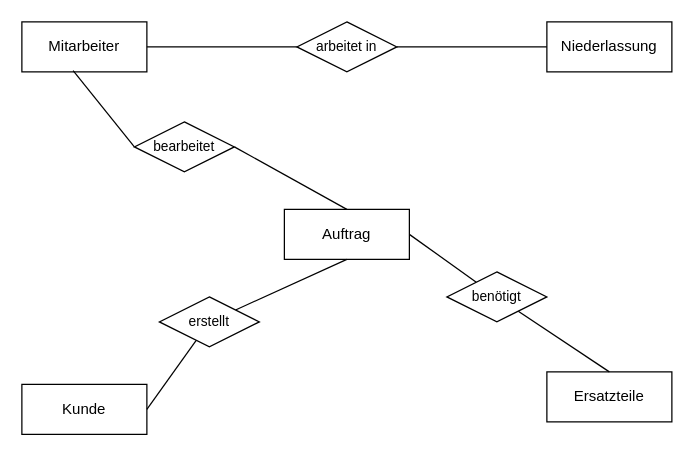
clemens29/Datenbanksysteme-I keeps this draw.io diagram as Unbenanntes Diagramm.drawio. Above is the earlier version. Source tidied: cells renumbered, new cells numbered last; positions are measured from the earlier drawing's top-left corner, leaving out a move shared by most shapes. Both pictures are drawn from the tidied source at 125%, with x=0, y=0 at pixel (21, 21).
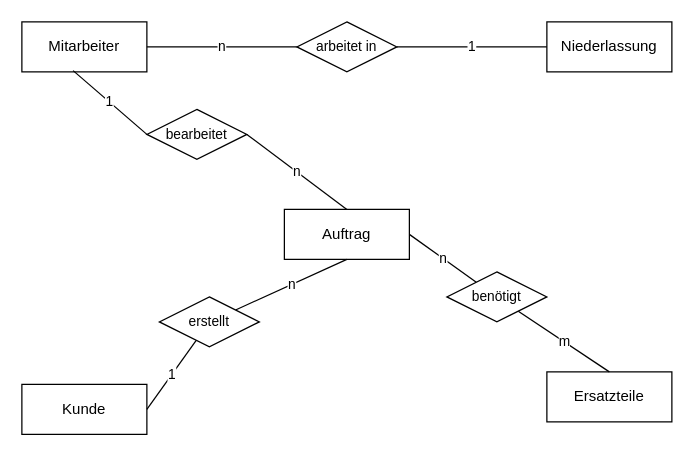
The same diagram, later.

What changed in the source:
```diff
@@
 <mxGraphModel>
   <root>
     <mxCell id="0" />
     <mxCell id="1" parent="0" />
     <mxCell id="2" value="Kunde" style="whiteSpace=wrap;html=1;align=center;" parent="1" vertex="1">
       <mxGeometry y="290" width="100" height="40" as="geometry" />
     </mxCell>
     <mxCell id="3" value="Mitarbeiter" style="whiteSpace=wrap;html=1;align=center;" parent="1" vertex="1">
       <mxGeometry width="100" height="40" as="geometry" />
     </mxCell>
-    <mxCell id="4" style="edgeStyle=none;shape=connector;rounded=0;jettySize=auto;html=1;exitX=0.5;exitY=0;exitDx=0;exitDy=0;entryX=1;entryY=0.5;entryDx=0;entryDy=0;labelBackgroundColor=default;strokeColor=default;fontFamily=Helvetica;fontSize=11;fontColor=default;endArrow=none;endFill=0;" parent="1" edge="1" source="5" target="9">
+    <mxCell id="4" value="n" style="edgeStyle=none;shape=connector;rounded=0;jettySize=auto;html=1;exitX=0.5;exitY=0;exitDx=0;exitDy=0;entryX=1;entryY=0.5;entryDx=0;entryDy=0;labelBackgroundColor=default;strokeColor=default;fontFamily=Helvetica;fontSize=11;fontColor=default;endArrow=none;endFill=0;" parent="1" edge="1" source="5" target="9">
       <mxGeometry relative="1" as="geometry" />
     </mxCell>
     <mxCell id="5" value="Auftrag" style="whiteSpace=wrap;html=1;align=center;" parent="1" vertex="1">
       <mxGeometry x="210" y="150" width="100" height="40" as="geometry" />
     </mxCell>
     <mxCell id="6" value="Ersatzteile" style="whiteSpace=wrap;html=1;align=center;" parent="1" vertex="1">
       <mxGeometry x="420" y="280" width="100" height="40" as="geometry" />
     </mxCell>
     <mxCell id="7" value="Niederlassung" style="whiteSpace=wrap;html=1;align=center;" parent="1" vertex="1">
       <mxGeometry x="420" width="100" height="40" as="geometry" />
     </mxCell>
-    <mxCell id="8" style="edgeStyle=none;shape=connector;rounded=0;jettySize=auto;html=1;exitX=0;exitY=0.5;exitDx=0;exitDy=0;entryX=0.41;entryY=0.975;entryDx=0;entryDy=0;entryPerimeter=0;labelBackgroundColor=default;strokeColor=default;fontFamily=Helvetica;fontSize=11;fontColor=default;endArrow=none;endFill=0;" parent="1" edge="1" source="9" target="3">
+    <mxCell id="8" value="1" style="edgeStyle=none;shape=connector;rounded=0;jettySize=auto;html=1;exitX=0;exitY=0.5;exitDx=0;exitDy=0;entryX=0.41;entryY=0.975;entryDx=0;entryDy=0;entryPerimeter=0;labelBackgroundColor=default;strokeColor=default;fontFamily=Helvetica;fontSize=11;fontColor=default;endArrow=none;endFill=0;" parent="1" edge="1" source="9" target="3">
       <mxGeometry relative="1" as="geometry" />
     </mxCell>
     <mxCell id="9" value="bearbeitet" style="shape=rhombus;perimeter=rhombusPerimeter;whiteSpace=wrap;html=1;align=center;fontFamily=Helvetica;fontSize=11;fontColor=default;" parent="1" vertex="1">
-      <mxGeometry x="90" y="80" width="80" height="40" as="geometry" />
+      <mxGeometry x="100" y="70" width="80" height="40" as="geometry" />
     </mxCell>
-    <mxCell id="10" style="edgeStyle=none;shape=connector;rounded=0;jettySize=auto;html=1;entryX=0.5;entryY=1;entryDx=0;entryDy=0;labelBackgroundColor=default;strokeColor=default;fontFamily=Helvetica;fontSize=11;fontColor=default;endArrow=none;endFill=0;" parent="1" edge="1" source="12" target="5">
+    <mxCell id="10" value="n" style="edgeStyle=none;shape=connector;rounded=0;jettySize=auto;html=1;entryX=0.5;entryY=1;entryDx=0;entryDy=0;labelBackgroundColor=default;strokeColor=default;fontFamily=Helvetica;fontSize=11;fontColor=default;endArrow=none;endFill=0;" parent="1" edge="1" source="12" target="5">
       <mxGeometry relative="1" as="geometry" />
     </mxCell>
-    <mxCell id="11" style="edgeStyle=none;shape=connector;rounded=0;jettySize=auto;html=1;entryX=1;entryY=0.5;entryDx=0;entryDy=0;labelBackgroundColor=default;strokeColor=default;fontFamily=Helvetica;fontSize=11;fontColor=default;endArrow=none;endFill=0;" parent="1" edge="1" source="12" target="2">
+    <mxCell id="11" value="1" style="edgeStyle=none;shape=connector;rounded=0;jettySize=auto;html=1;entryX=1;entryY=0.5;entryDx=0;entryDy=0;labelBackgroundColor=default;strokeColor=default;fontFamily=Helvetica;fontSize=11;fontColor=default;endArrow=none;endFill=0;" parent="1" edge="1" source="12" target="2">
       <mxGeometry relative="1" as="geometry" />
     </mxCell>
     <mxCell id="12" value="erstellt" style="shape=rhombus;perimeter=rhombusPerimeter;whiteSpace=wrap;html=1;align=center;fontFamily=Helvetica;fontSize=11;fontColor=default;" parent="1" vertex="1">
       <mxGeometry x="110" y="220" width="80" height="40" as="geometry" />
     </mxCell>
-    <mxCell id="13" style="edgeStyle=none;shape=connector;rounded=0;jettySize=auto;html=1;entryX=0.5;entryY=0;entryDx=0;entryDy=0;labelBackgroundColor=default;strokeColor=default;fontFamily=Helvetica;fontSize=11;fontColor=default;endArrow=none;endFill=0;" parent="1" edge="1" source="15" target="6">
+    <mxCell id="13" value="m" style="edgeStyle=none;shape=connector;rounded=0;jettySize=auto;html=1;entryX=0.5;entryY=0;entryDx=0;entryDy=0;labelBackgroundColor=default;strokeColor=default;fontFamily=Helvetica;fontSize=11;fontColor=default;endArrow=none;endFill=0;" parent="1" edge="1" source="15" target="6">
       <mxGeometry relative="1" as="geometry" />
     </mxCell>
-    <mxCell id="14" style="edgeStyle=none;shape=connector;rounded=0;jettySize=auto;html=1;entryX=1;entryY=0.5;entryDx=0;entryDy=0;labelBackgroundColor=default;strokeColor=default;fontFamily=Helvetica;fontSize=11;fontColor=default;endArrow=none;endFill=0;" parent="1" edge="1" source="15" target="5">
+    <mxCell id="14" value="n" style="edgeStyle=none;shape=connector;rounded=0;jettySize=auto;html=1;entryX=1;entryY=0.5;entryDx=0;entryDy=0;labelBackgroundColor=default;strokeColor=default;fontFamily=Helvetica;fontSize=11;fontColor=default;endArrow=none;endFill=0;" parent="1" edge="1" source="15" target="5">
       <mxGeometry relative="1" as="geometry" />
     </mxCell>
     <mxCell id="15" value="benötigt" style="shape=rhombus;perimeter=rhombusPerimeter;whiteSpace=wrap;html=1;align=center;fontFamily=Helvetica;fontSize=11;fontColor=default;" parent="1" vertex="1">
       <mxGeometry x="340" y="200" width="80" height="40" as="geometry" />
     </mxCell>
-    <mxCell id="16" style="edgeStyle=none;shape=connector;rounded=0;jettySize=auto;html=1;entryX=0;entryY=0.5;entryDx=0;entryDy=0;labelBackgroundColor=default;strokeColor=default;fontFamily=Helvetica;fontSize=11;fontColor=default;endArrow=none;endFill=0;" parent="1" edge="1" source="18" target="7">
+    <mxCell id="16" value="1" style="edgeStyle=none;shape=connector;rounded=0;jettySize=auto;html=1;entryX=0;entryY=0.5;entryDx=0;entryDy=0;labelBackgroundColor=default;strokeColor=default;fontFamily=Helvetica;fontSize=11;fontColor=default;endArrow=none;endFill=0;" parent="1" edge="1" source="18" target="7">
       <mxGeometry relative="1" as="geometry" />
     </mxCell>
-    <mxCell id="17" style="edgeStyle=none;shape=connector;rounded=0;jettySize=auto;html=1;entryX=1;entryY=0.5;entryDx=0;entryDy=0;labelBackgroundColor=default;strokeColor=default;fontFamily=Helvetica;fontSize=11;fontColor=default;endArrow=none;endFill=0;" parent="1" edge="1" source="18" target="3">
+    <mxCell id="17" value="n" style="edgeStyle=none;shape=connector;rounded=0;jettySize=auto;html=1;entryX=1;entryY=0.5;entryDx=0;entryDy=0;labelBackgroundColor=default;strokeColor=default;fontFamily=Helvetica;fontSize=11;fontColor=default;endArrow=none;endFill=0;" parent="1" edge="1" source="18" target="3">
       <mxGeometry relative="1" as="geometry" />
     </mxCell>
     <mxCell id="18" value="arbeitet in" style="shape=rhombus;perimeter=rhombusPerimeter;whiteSpace=wrap;html=1;align=center;fontFamily=Helvetica;fontSize=11;fontColor=default;" parent="1" vertex="1">
       <mxGeometry x="220" width="80" height="40" as="geometry" />
     </mxCell>
   </root>
 </mxGraphModel>
```
